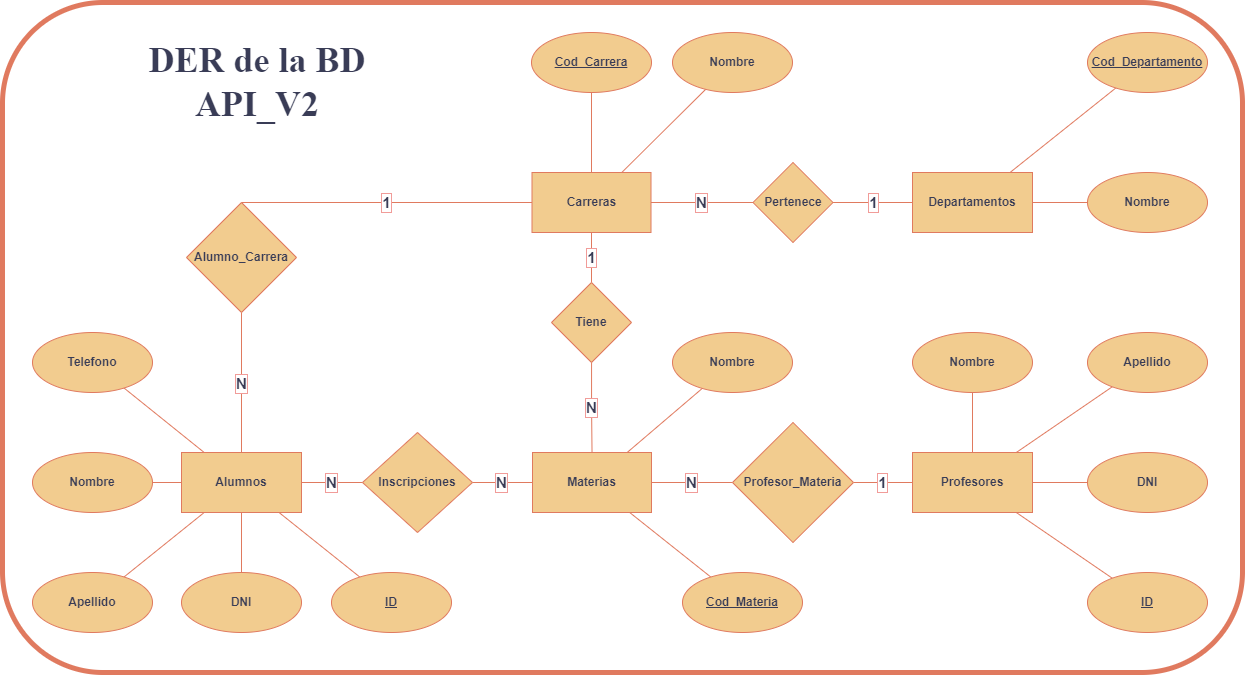
Earlier version of the draw.io export DER_DB_API_V2.png (mauriciopintos/API_EP_2022). Source tidied: cells renumbered, new cells last; positions are measured from the earlier drawing's top-left corner, leaving out a move shared by most shapes.
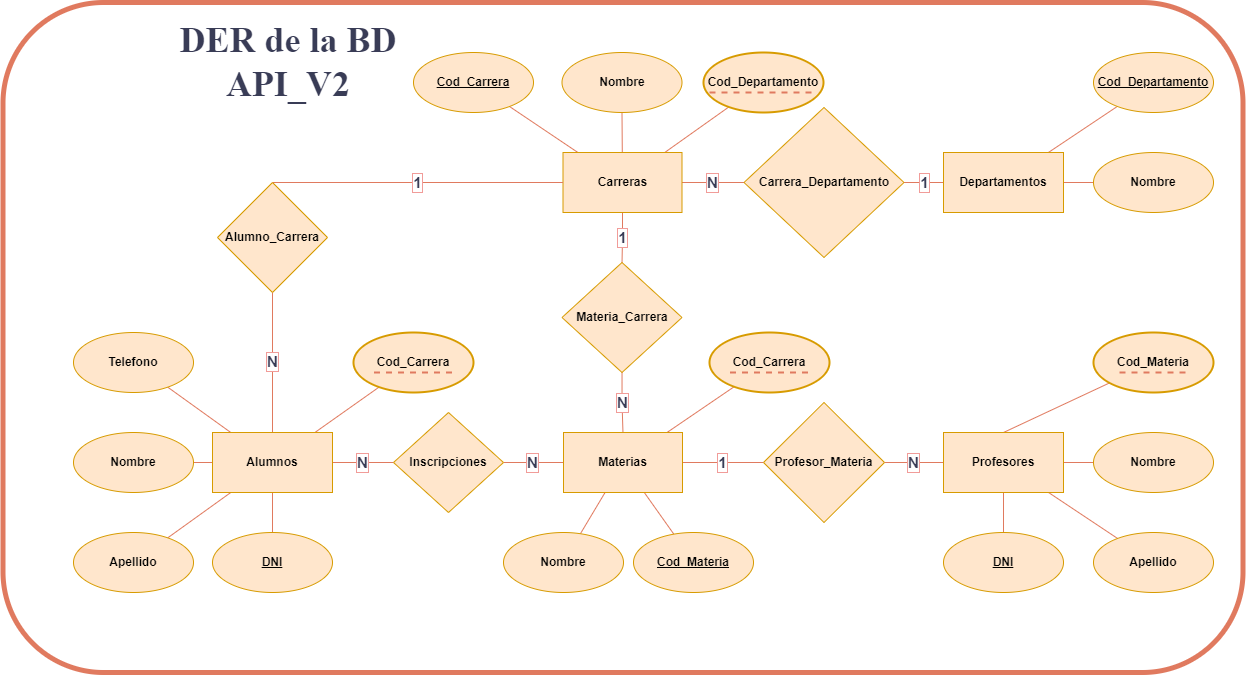
Later version of the same file.

Diff of the diagram source:
```diff
@@ -5,3 +5,3 @@
     <mxCell id="2" style="rounded=1;whiteSpace=wrap;html=1;strokeColor=#E07A5F;fontFamily=Helvetica;fontSize=15;fontColor=#393C56;fillColor=none;strokeWidth=5;fontStyle=1;" parent="1" vertex="1">
-      <mxGeometry width="1240" height="670" as="geometry" />
+      <mxGeometry x="-30.5" y="20" width="1240" height="670" as="geometry" />
     </mxCell>
@@ -19,3 +19,6 @@
     </mxCell>
+    <mxCell id="55" style="edgeStyle=none;shape=connector;rounded=0;jettySize=auto;html=1;labelBackgroundColor=#F4F1DE;strokeColor=#E07A5F;fontFamily=Times New Roman;fontSize=15;fontColor=#393C56;endArrow=none;endFill=0;fillColor=#F2CC8F;" parent="1" edge="1" source="7" target="60">
+      <mxGeometry relative="1" as="geometry" />
+    </mxCell>
-    <mxCell id="7" value="Carreras" style="whiteSpace=wrap;html=1;align=center;rounded=0;fillColor=#F2CC8F;strokeColor=#E07A5F;fontColor=#393C56;fontStyle=1;" parent="1" vertex="1">
+    <mxCell id="7" value="Carreras" style="whiteSpace=wrap;html=1;align=center;rounded=0;fillColor=#ffe6cc;strokeColor=#d79b00;fontStyle=1;" parent="1" vertex="1">
       <mxGeometry x="529.5" y="170" width="119" height="60" as="geometry" />
@@ -25,6 +28,6 @@
     </mxCell>
-    <mxCell id="9" value="Tiene" style="rhombus;whiteSpace=wrap;html=1;rounded=0;fillColor=#F2CC8F;strokeColor=#E07A5F;fontColor=#393C56;fontStyle=1;" parent="1" vertex="1">
-      <mxGeometry x="549" y="280" width="80" height="80" as="geometry" />
+    <mxCell id="9" value="Materia_Carrera" style="rhombus;whiteSpace=wrap;html=1;rounded=0;fillColor=#ffe6cc;strokeColor=#d79b00;fontStyle=1;" parent="1" vertex="1">
+      <mxGeometry x="528.5" y="280" width="120" height="110" as="geometry" />
     </mxCell>
-    <mxCell id="10" value="N" style="edgeStyle=orthogonalEdgeStyle;rounded=0;jettySize=auto;html=1;endArrow=none;endFill=0;labelBackgroundColor=#FFFFFF;strokeColor=#E07A5F;fontColor=#393C56;fontStyle=1;labelBorderColor=#F19C99;fontSize=15;" parent="1" edge="1" source="14" target="16">
+    <mxCell id="10" value="1" style="edgeStyle=orthogonalEdgeStyle;rounded=0;jettySize=auto;html=1;endArrow=none;endFill=0;labelBackgroundColor=#FFFFFF;strokeColor=#E07A5F;fontColor=#393C56;fontStyle=1;labelBorderColor=#F19C99;fontSize=15;" parent="1" edge="1" source="14" target="16">
       <mxGeometry relative="1" as="geometry" />
@@ -40,14 +43,17 @@
     </mxCell>
+    <mxCell id="56" style="edgeStyle=none;shape=connector;rounded=0;jettySize=auto;html=1;labelBackgroundColor=#F4F1DE;strokeColor=#E07A5F;fontFamily=Times New Roman;fontSize=15;fontColor=#393C56;endArrow=none;endFill=0;fillColor=#F2CC8F;" parent="1" edge="1" source="14" target="59">
+      <mxGeometry relative="1" as="geometry" />
+    </mxCell>
+    <mxCell id="57" style="edgeStyle=none;shape=connector;rounded=0;jettySize=auto;html=1;labelBackgroundColor=#F4F1DE;strokeColor=#E07A5F;fontFamily=Times New Roman;fontSize=15;fontColor=#393C56;endArrow=none;endFill=0;fillColor=#F2CC8F;exitX=0.5;exitY=0;exitDx=0;exitDy=0;" parent="1" edge="1" source="21" target="61">
+      <mxGeometry relative="1" as="geometry" />
+    </mxCell>
-    <mxCell id="14" value="Materias" style="whiteSpace=wrap;html=1;rounded=0;fillColor=#F2CC8F;strokeColor=#E07A5F;fontColor=#393C56;fontStyle=1;" parent="1" vertex="1">
+    <mxCell id="14" value="Materias" style="whiteSpace=wrap;html=1;rounded=0;fillColor=#ffe6cc;strokeColor=#d79b00;fontStyle=1;" parent="1" vertex="1">
       <mxGeometry x="530" y="450" width="119" height="60" as="geometry" />
     </mxCell>
-    <mxCell id="15" value="1" style="rounded=0;jettySize=auto;html=1;endArrow=none;endFill=0;labelBackgroundColor=#FFFFFF;strokeColor=#E07A5F;fontColor=#393C56;fontStyle=1;labelBorderColor=#F19C99;fontSize=15;" parent="1" edge="1" source="16" target="21">
+    <mxCell id="15" value="N" style="rounded=0;jettySize=auto;html=1;endArrow=none;endFill=0;labelBackgroundColor=#FFFFFF;strokeColor=#E07A5F;fontColor=#393C56;fontStyle=1;labelBorderColor=#F19C99;fontSize=15;" parent="1" edge="1" source="16" target="21">
       <mxGeometry relative="1" as="geometry" />
     </mxCell>
-    <mxCell id="16" value="Profesor_Materia" style="rhombus;whiteSpace=wrap;html=1;rounded=0;fillColor=#F2CC8F;strokeColor=#E07A5F;fontColor=#393C56;fontStyle=1;" parent="1" vertex="1">
+    <mxCell id="16" value="Profesor_Materia" style="rhombus;whiteSpace=wrap;html=1;rounded=0;fillColor=#ffe6cc;strokeColor=#d79b00;fontStyle=1;" parent="1" vertex="1">
       <mxGeometry x="730" y="420" width="121" height="120" as="geometry" />
     </mxCell>
-    <mxCell id="17" style="rounded=0;jettySize=auto;html=1;endArrow=none;endFill=0;labelBackgroundColor=#F4F1DE;strokeColor=#E07A5F;fontColor=#393C56;fontStyle=1;" parent="1" edge="1" source="21" target="36">
-      <mxGeometry relative="1" as="geometry" />
-    </mxCell>
     <mxCell id="18" style="edgeStyle=none;rounded=0;jettySize=auto;html=1;strokeColor=#E07A5F;fontColor=#393C56;endArrow=none;endFill=0;fillColor=#F2CC8F;fontStyle=1;" parent="1" edge="1" source="21" target="46">
@@ -61,3 +67,3 @@
     </mxCell>
-    <mxCell id="21" value="Profesores" style="whiteSpace=wrap;html=1;rounded=0;fillColor=#F2CC8F;strokeColor=#E07A5F;fontColor=#393C56;fontStyle=1;" parent="1" vertex="1">
+    <mxCell id="21" value="Profesores" style="whiteSpace=wrap;html=1;rounded=0;fillColor=#ffe6cc;strokeColor=#d79b00;fontStyle=1;" parent="1" vertex="1">
       <mxGeometry x="910" y="450" width="120" height="60" as="geometry" />
@@ -67,8 +73,5 @@
     </mxCell>
-    <mxCell id="23" value="Inscripciones" style="rhombus;whiteSpace=wrap;html=1;rounded=0;fillColor=#F2CC8F;strokeColor=#E07A5F;fontColor=#393C56;fontStyle=1;" parent="1" vertex="1">
+    <mxCell id="23" value="Inscripciones" style="rhombus;whiteSpace=wrap;html=1;rounded=0;fillColor=#ffe6cc;strokeColor=#d79b00;fontStyle=1;" parent="1" vertex="1">
       <mxGeometry x="360" y="430" width="110" height="100" as="geometry" />
     </mxCell>
-    <mxCell id="24" style="rounded=0;jettySize=auto;html=1;endArrow=none;endFill=0;labelBackgroundColor=#F4F1DE;strokeColor=#E07A5F;fontColor=#393C56;fontStyle=1;" parent="1" edge="1" source="30" target="37">
-      <mxGeometry relative="1" as="geometry" />
-    </mxCell>
     <mxCell id="25" style="rounded=0;jettySize=auto;html=1;strokeColor=#E07A5F;fontColor=#393C56;fillColor=#F2CC8F;endArrow=none;endFill=0;labelBackgroundColor=#F4F1DE;fontStyle=1;" parent="1" edge="1" source="30" target="38">
@@ -88,3 +91,6 @@
     </mxCell>
+    <mxCell id="58" style="edgeStyle=none;shape=connector;rounded=0;jettySize=auto;html=1;labelBackgroundColor=#F4F1DE;strokeColor=#E07A5F;fontFamily=Times New Roman;fontSize=15;fontColor=#393C56;endArrow=none;endFill=0;fillColor=#F2CC8F;" parent="1" edge="1" source="30" target="62">
+      <mxGeometry relative="1" as="geometry" />
+    </mxCell>
-    <mxCell id="30" value="Alumnos" style="whiteSpace=wrap;html=1;rounded=0;fillColor=#F2CC8F;strokeColor=#E07A5F;fontColor=#393C56;fontStyle=1;" parent="1" vertex="1">
+    <mxCell id="30" value="Alumnos" style="whiteSpace=wrap;html=1;rounded=0;fillColor=#ffe6cc;strokeColor=#d79b00;fontStyle=1;" parent="1" vertex="1">
       <mxGeometry x="179" y="450" width="120" height="60" as="geometry" />
@@ -94,4 +100,4 @@
     </mxCell>
-    <mxCell id="32" value="Pertenece" style="rhombus;whiteSpace=wrap;html=1;rounded=0;fillColor=#F2CC8F;strokeColor=#E07A5F;fontColor=#393C56;fontStyle=1;" parent="1" vertex="1">
-      <mxGeometry x="750.5" y="160" width="80" height="80" as="geometry" />
+    <mxCell id="32" value="Carrera_Departamento" style="rhombus;whiteSpace=wrap;html=1;rounded=0;fillColor=#ffe6cc;strokeColor=#d79b00;fontStyle=1;" parent="1" vertex="1">
+      <mxGeometry x="710.5" y="125" width="160" height="150" as="geometry" />
     </mxCell>
@@ -103,22 +109,16 @@
     </mxCell>
-    <mxCell id="35" value="Departamentos" style="whiteSpace=wrap;html=1;rounded=0;fillColor=#F2CC8F;strokeColor=#E07A5F;fontColor=#393C56;fontStyle=1;" parent="1" vertex="1">
+    <mxCell id="35" value="Departamentos" style="whiteSpace=wrap;html=1;rounded=0;fillColor=#ffe6cc;strokeColor=#d79b00;fontStyle=1;" parent="1" vertex="1">
       <mxGeometry x="910" y="170" width="120" height="60" as="geometry" />
     </mxCell>
-    <mxCell id="36" value="&lt;span&gt;&lt;u&gt;ID&lt;/u&gt;&lt;/span&gt;" style="ellipse;whiteSpace=wrap;html=1;rounded=0;fillColor=#F2CC8F;strokeColor=#E07A5F;fontColor=#393C56;fontStyle=1;labelBackgroundColor=none;" parent="1" vertex="1">
-      <mxGeometry x="1085" y="570" width="120" height="60" as="geometry" />
-    </mxCell>
-    <mxCell id="37" value="&lt;span&gt;&lt;u&gt;ID&lt;/u&gt;&lt;/span&gt;" style="ellipse;whiteSpace=wrap;html=1;rounded=0;fillColor=#F2CC8F;strokeColor=#E07A5F;fontColor=#393C56;fontStyle=1;" parent="1" vertex="1">
-      <mxGeometry x="329" y="570" width="120" height="60" as="geometry" />
-    </mxCell>
-    <mxCell id="38" value="Apellido" style="ellipse;whiteSpace=wrap;html=1;fillColor=#F2CC8F;strokeColor=#E07A5F;fontColor=#393C56;rounded=0;fontStyle=1;" parent="1" vertex="1">
-      <mxGeometry x="30" y="570" width="120" height="60" as="geometry" />
+    <mxCell id="38" value="Apellido" style="ellipse;whiteSpace=wrap;html=1;fillColor=#ffe6cc;strokeColor=#d79b00;rounded=0;fontStyle=1;" parent="1" vertex="1">
+      <mxGeometry x="40" y="550" width="120" height="60" as="geometry" />
     </mxCell>
-    <mxCell id="39" value="Telefono" style="ellipse;whiteSpace=wrap;html=1;fillColor=#F2CC8F;strokeColor=#E07A5F;fontColor=#393C56;rounded=0;fontStyle=1;" parent="1" vertex="1">
-      <mxGeometry x="30" y="330" width="120" height="60" as="geometry" />
+    <mxCell id="39" value="Telefono" style="ellipse;whiteSpace=wrap;html=1;fillColor=#ffe6cc;strokeColor=#d79b00;rounded=0;fontStyle=1;" parent="1" vertex="1">
+      <mxGeometry x="40" y="350" width="120" height="60" as="geometry" />
     </mxCell>
-    <mxCell id="40" value="Nombre" style="ellipse;whiteSpace=wrap;html=1;fillColor=#F2CC8F;strokeColor=#E07A5F;fontColor=#393C56;rounded=0;fontStyle=1;" parent="1" vertex="1">
-      <mxGeometry x="30" y="450" width="120" height="60" as="geometry" />
+    <mxCell id="40" value="Nombre" style="ellipse;whiteSpace=wrap;html=1;fillColor=#ffe6cc;strokeColor=#d79b00;rounded=0;fontStyle=1;" parent="1" vertex="1">
+      <mxGeometry x="40" y="450" width="120" height="60" as="geometry" />
     </mxCell>
-    <mxCell id="41" value="Nombre" style="ellipse;whiteSpace=wrap;html=1;fillColor=#F2CC8F;strokeColor=#E07A5F;fontColor=#393C56;rounded=0;fontStyle=1;" parent="1" vertex="1">
-      <mxGeometry x="670" y="330" width="120" height="60" as="geometry" />
+    <mxCell id="41" value="Nombre" style="ellipse;whiteSpace=wrap;html=1;fillColor=#ffe6cc;strokeColor=#d79b00;rounded=0;fontStyle=1;" parent="1" vertex="1">
+      <mxGeometry x="470" y="550" width="120" height="60" as="geometry" />
     </mxCell>
@@ -127,31 +127,31 @@
     </mxCell>
-    <mxCell id="43" value="Alumno_Carrera" style="rhombus;whiteSpace=wrap;html=1;fillColor=#F2CC8F;strokeColor=#E07A5F;fontColor=#393C56;rounded=0;fontStyle=1;" parent="1" vertex="1">
+    <mxCell id="43" value="Alumno_Carrera" style="rhombus;whiteSpace=wrap;html=1;fillColor=#ffe6cc;strokeColor=#d79b00;rounded=0;fontStyle=1;" parent="1" vertex="1">
       <mxGeometry x="184" y="200" width="110" height="110" as="geometry" />
     </mxCell>
-    <mxCell id="44" value="Nombre" style="ellipse;whiteSpace=wrap;html=1;fillColor=#F2CC8F;strokeColor=#E07A5F;fontColor=#393C56;rounded=0;fontStyle=1;" parent="1" vertex="1">
-      <mxGeometry x="670" y="30" width="120" height="60" as="geometry" />
+    <mxCell id="44" value="Nombre" style="ellipse;whiteSpace=wrap;html=1;fillColor=#ffe6cc;strokeColor=#d79b00;rounded=0;fontStyle=1;" parent="1" vertex="1">
+      <mxGeometry x="528.5" y="70" width="120" height="60" as="geometry" />
     </mxCell>
-    <mxCell id="45" value="Nombre" style="ellipse;whiteSpace=wrap;html=1;fillColor=#F2CC8F;strokeColor=#E07A5F;fontColor=#393C56;rounded=0;fontStyle=1;" parent="1" vertex="1">
-      <mxGeometry x="1085" y="170" width="120" height="60" as="geometry" />
+    <mxCell id="45" value="Nombre" style="ellipse;whiteSpace=wrap;html=1;fillColor=#ffe6cc;strokeColor=#d79b00;rounded=0;fontStyle=1;" parent="1" vertex="1">
+      <mxGeometry x="1060" y="170" width="120" height="60" as="geometry" />
     </mxCell>
-    <mxCell id="46" value="Nombre" style="ellipse;whiteSpace=wrap;html=1;fillColor=#F2CC8F;strokeColor=#E07A5F;fontColor=#393C56;rounded=0;fontStyle=1;" parent="1" vertex="1">
-      <mxGeometry x="910" y="330" width="120" height="60" as="geometry" />
+    <mxCell id="46" value="Nombre" style="ellipse;whiteSpace=wrap;html=1;fillColor=#ffe6cc;strokeColor=#d79b00;rounded=0;fontStyle=1;" parent="1" vertex="1">
+      <mxGeometry x="1060" y="450" width="120" height="60" as="geometry" />
     </mxCell>
-    <mxCell id="47" value="Apellido" style="ellipse;whiteSpace=wrap;html=1;fillColor=#F2CC8F;strokeColor=#E07A5F;fontColor=#393C56;rounded=0;fontStyle=1;" parent="1" vertex="1">
-      <mxGeometry x="1085" y="330" width="120" height="60" as="geometry" />
+    <mxCell id="47" value="Apellido" style="ellipse;whiteSpace=wrap;html=1;fillColor=#ffe6cc;strokeColor=#d79b00;rounded=0;fontStyle=1;" parent="1" vertex="1">
+      <mxGeometry x="1060" y="550" width="120" height="60" as="geometry" />
     </mxCell>
-    <mxCell id="48" value="DNI" style="ellipse;whiteSpace=wrap;html=1;fillColor=#F2CC8F;strokeColor=#E07A5F;fontColor=#393C56;rounded=0;fontStyle=1;" parent="1" vertex="1">
-      <mxGeometry x="179" y="570" width="120" height="60" as="geometry" />
+    <mxCell id="48" value="DNI" style="ellipse;whiteSpace=wrap;html=1;fillColor=#ffe6cc;strokeColor=#d79b00;rounded=0;fontStyle=5;" parent="1" vertex="1">
+      <mxGeometry x="179" y="550" width="120" height="60" as="geometry" />
     </mxCell>
-    <mxCell id="49" value="DNI" style="ellipse;whiteSpace=wrap;html=1;fillColor=#F2CC8F;strokeColor=#E07A5F;fontColor=#393C56;rounded=0;fontStyle=1;" parent="1" vertex="1">
-      <mxGeometry x="1085" y="450" width="120" height="60" as="geometry" />
+    <mxCell id="49" value="DNI" style="ellipse;whiteSpace=wrap;html=1;fillColor=#ffe6cc;strokeColor=#d79b00;rounded=0;fontStyle=5;" parent="1" vertex="1">
+      <mxGeometry x="910" y="550" width="120" height="60" as="geometry" />
     </mxCell>
-    <mxCell id="50" value="Cod_Materia" style="ellipse;whiteSpace=wrap;html=1;fillColor=#F2CC8F;strokeColor=#E07A5F;fontColor=#393C56;rounded=0;fontStyle=5;" parent="1" vertex="1">
-      <mxGeometry x="680" y="570" width="120" height="60" as="geometry" />
+    <mxCell id="50" value="Cod_Materia" style="ellipse;whiteSpace=wrap;html=1;fillColor=#ffe6cc;strokeColor=#d79b00;rounded=0;fontStyle=5;" parent="1" vertex="1">
+      <mxGeometry x="600" y="550" width="120" height="60" as="geometry" />
     </mxCell>
-    <mxCell id="51" value="Cod_Departamento" style="ellipse;whiteSpace=wrap;html=1;fillColor=#F2CC8F;strokeColor=#E07A5F;fontColor=#393C56;rounded=0;fontStyle=5;" parent="1" vertex="1">
-      <mxGeometry x="1085" y="30" width="120" height="60" as="geometry" />
+    <mxCell id="51" value="Cod_Departamento" style="ellipse;whiteSpace=wrap;html=1;fillColor=#ffe6cc;strokeColor=#d79b00;rounded=0;fontStyle=5;" parent="1" vertex="1">
+      <mxGeometry x="1060" y="70" width="120" height="60" as="geometry" />
     </mxCell>
-    <mxCell id="52" value="Cod_Carrera" style="ellipse;whiteSpace=wrap;html=1;fillColor=#F2CC8F;strokeColor=#E07A5F;fontColor=#393C56;rounded=0;fontStyle=5;" parent="1" vertex="1">
-      <mxGeometry x="529" y="30" width="120" height="60" as="geometry" />
+    <mxCell id="52" value="Cod_Carrera" style="ellipse;whiteSpace=wrap;html=1;fillColor=#ffe6cc;strokeColor=#d79b00;rounded=0;fontStyle=5;" parent="1" vertex="1">
+      <mxGeometry x="380" y="70" width="120" height="60" as="geometry" />
     </mxCell>
@@ -166,2 +166,26 @@
     </mxCell>
+    <mxCell id="59" value="Cod_Carrera" style="ellipse;whiteSpace=wrap;html=1;fillColor=#ffe6cc;strokeColor=#d79b00;rounded=0;fontStyle=1;strokeWidth=2;" parent="1" vertex="1">
+      <mxGeometry x="676" y="350" width="120" height="60" as="geometry" />
+    </mxCell>
+    <mxCell id="60" value="Cod_Departamento" style="ellipse;whiteSpace=wrap;html=1;fillColor=#ffe6cc;strokeColor=#d79b00;rounded=0;fontStyle=1;strokeWidth=2;" parent="1" vertex="1">
+      <mxGeometry x="670" y="70" width="120" height="60" as="geometry" />
+    </mxCell>
+    <mxCell id="61" value="Cod_Materia" style="ellipse;whiteSpace=wrap;html=1;fillColor=#ffe6cc;strokeColor=#d79b00;rounded=0;fontStyle=1;strokeWidth=2;" parent="1" vertex="1">
+      <mxGeometry x="1060" y="350" width="120" height="60" as="geometry" />
+    </mxCell>
+    <mxCell id="62" value="Cod_Carrera" style="ellipse;whiteSpace=wrap;html=1;fillColor=#ffe6cc;strokeColor=#d79b00;rounded=0;fontStyle=1;strokeWidth=2;" parent="1" vertex="1">
+      <mxGeometry x="320" y="350" width="120" height="60" as="geometry" />
+    </mxCell>
+    <mxCell id="63" style="line;strokeWidth=2;html=1;perimeter=backbonePerimeter;rounded=0;strokeColor=#E07A5F;fontFamily=Times New Roman;fontSize=15;fontColor=#393C56;fillColor=#F2CC8F;dashed=1;" parent="1" vertex="1">
+      <mxGeometry x="1086" y="385" width="68" height="10" as="geometry" />
+    </mxCell>
+    <mxCell id="64" style="line;strokeWidth=2;html=1;perimeter=backbonePerimeter;rounded=0;strokeColor=#E07A5F;fontFamily=Times New Roman;fontSize=15;fontColor=#393C56;fillColor=#F2CC8F;dashed=1;" parent="1" vertex="1">
+      <mxGeometry x="676" y="105" width="104" height="10" as="geometry" />
+    </mxCell>
+    <mxCell id="65" style="line;strokeWidth=2;html=1;perimeter=backbonePerimeter;rounded=0;strokeColor=#E07A5F;fontFamily=Times New Roman;fontSize=15;fontColor=#393C56;fillColor=#F2CC8F;dashed=1;" parent="1" vertex="1">
+      <mxGeometry x="696.5" y="385" width="79" height="10" as="geometry" />
+    </mxCell>
+    <mxCell id="66" style="line;strokeWidth=2;html=1;perimeter=backbonePerimeter;rounded=0;strokeColor=#E07A5F;fontFamily=Times New Roman;fontSize=15;fontColor=#393C56;fillColor=#F2CC8F;dashed=1;" parent="1" vertex="1">
+      <mxGeometry x="340.5" y="385" width="79" height="10" as="geometry" />
+    </mxCell>
   </root>
```
